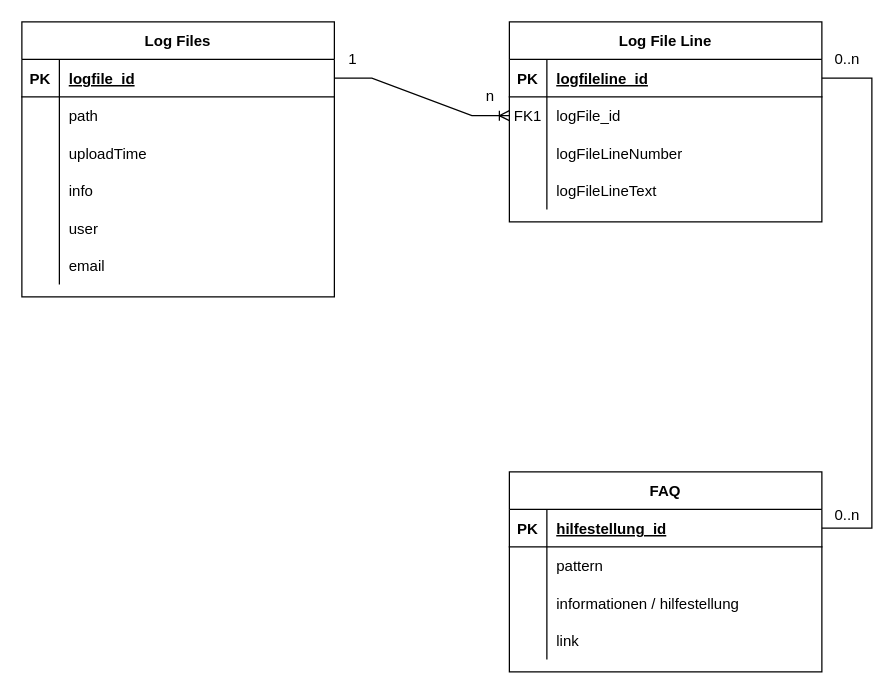
The draw.io diagram docs/drawio/LogFileAnalyzer - ERM.drawio in KevinSo91/CL_Task_FileUploader, before the edit. Source tidied: cells renumbered, new cells numbered last; positions are measured from the earlier drawing's top-left corner, leaving out a move shared by most shapes. Both pictures are drawn from the tidied source at 125%, with x=0, y=0 at pixel (21, 21).
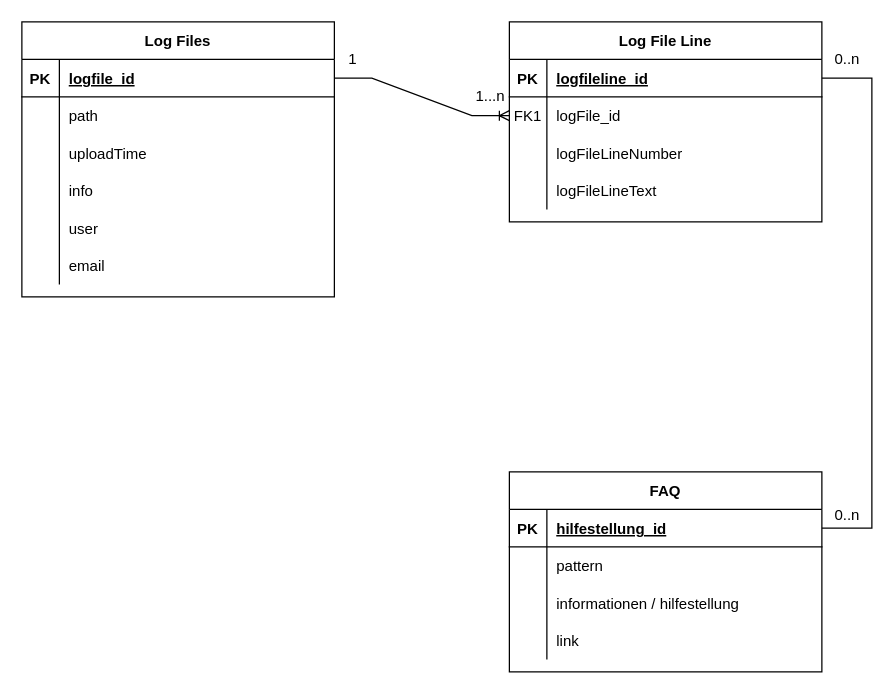
The same page after the edit.

Diff of the diagram source:
```diff
@@
-    <mxCell id="36" value="n" style="text;html=1;strokeColor=none;fillColor=none;align=center;verticalAlign=middle;whiteSpace=wrap;rounded=0;" parent="1" vertex="1">
+    <mxCell id="36" value="1...n" style="text;html=1;strokeColor=none;fillColor=none;align=center;verticalAlign=middle;whiteSpace=wrap;rounded=0;" parent="1" vertex="1">
       <mxGeometry x="360" y="50" width="30" height="20" as="geometry" />
     </mxCell>
```
